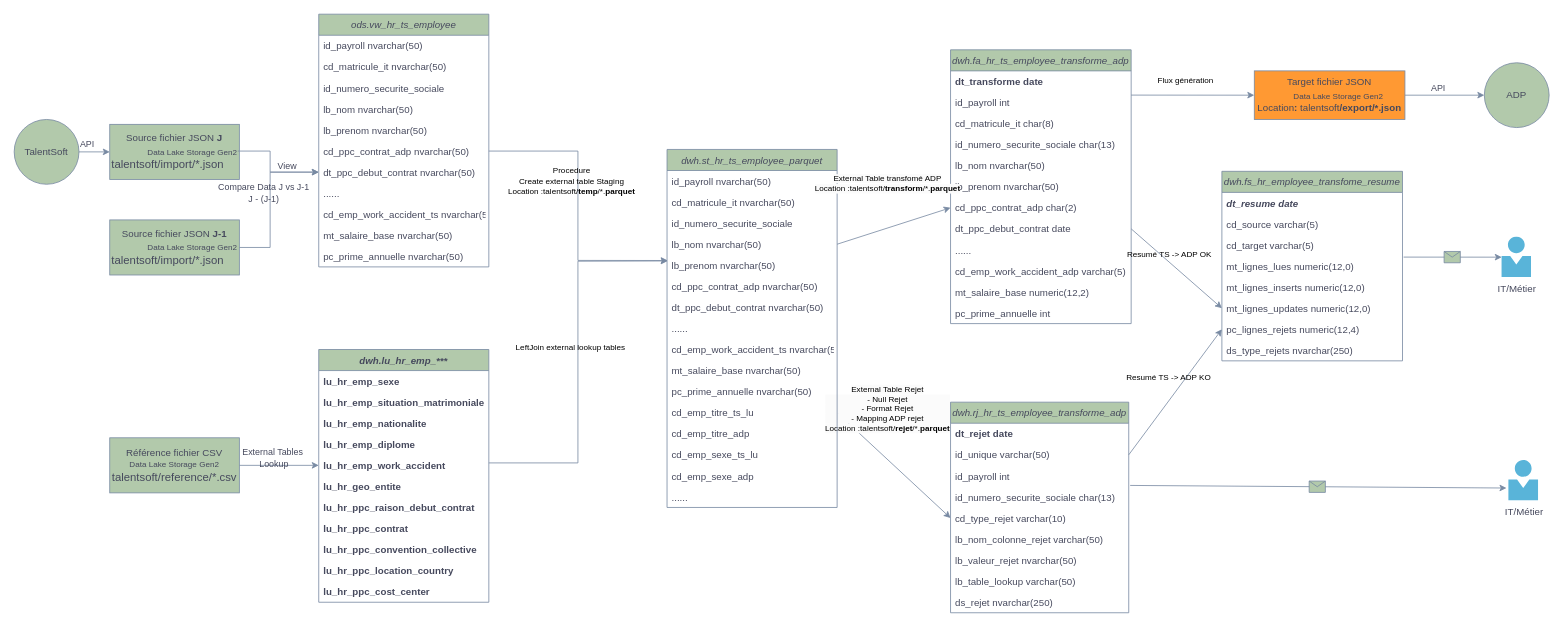
YLIUSBI/Motul-Interface-SIRH keeps this draw.io diagram as page "TS->ADP" (1 of 6) of Conception Interface SIRH.drawio. Above is the earlier version. Source tidied: cells renumbered, new cells numbered last; positions are measured from the earlier drawing's top-left corner, leaving out a move shared by most shapes. Both pictures are drawn from the tidied source at 81%, with x=0, y=0 at pixel (14, 14).
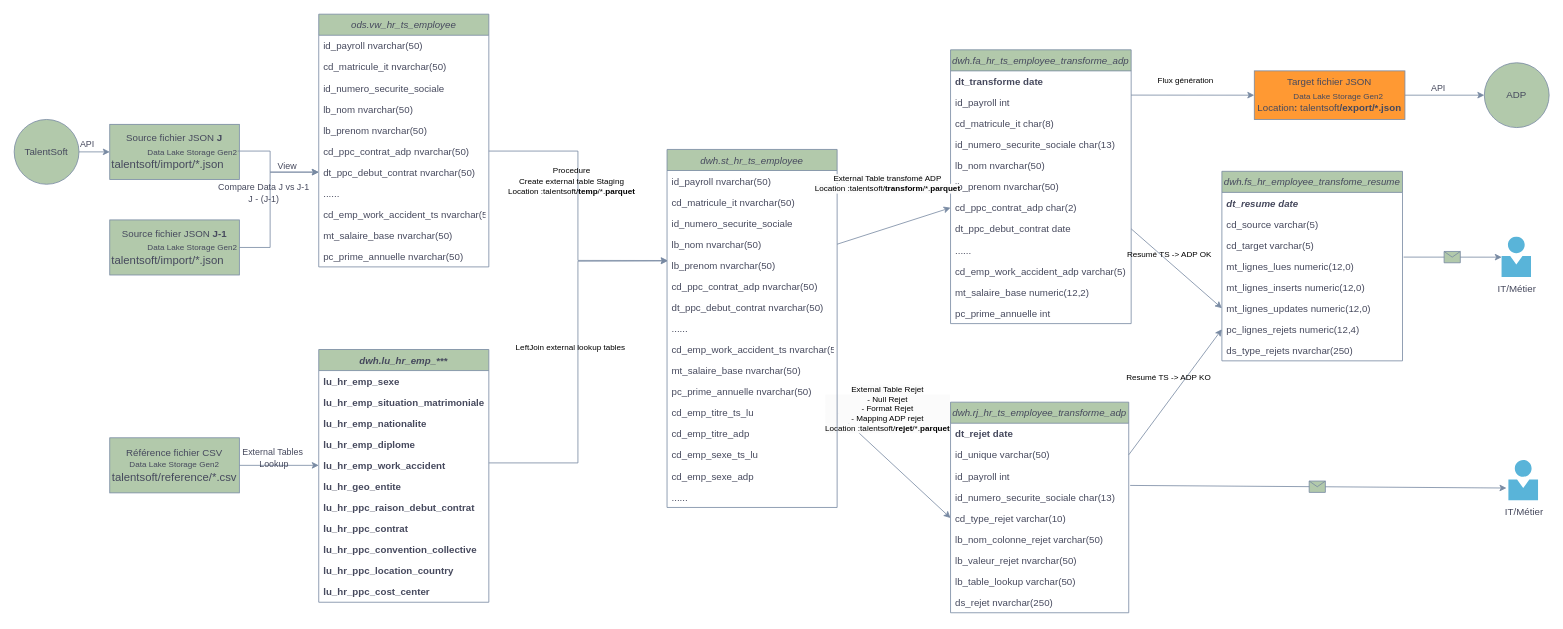
Above is the later version.

Commit message:
Mettre à jour Conception Interface SIRH.drawio

What changed in the source:
```diff
@@
-    <mxCell id="63" value="dwh.st_hr_ts_employee_parquet" style="swimlane;fontStyle=2;align=center;verticalAlign=top;horizontal=1;startSize=26;rounded=0;shadow=0;strokeWidth=1;labelBackgroundColor=none;fillColor=#B2C9AB;strokeColor=#788AA3;fontColor=#46495D;" parent="1" vertex="1">
+    <mxCell id="63" value="dwh.st_hr_ts_employee" style="swimlane;fontStyle=2;align=center;verticalAlign=top;horizontal=1;startSize=26;rounded=0;shadow=0;strokeWidth=1;labelBackgroundColor=none;fillColor=#B2C9AB;strokeColor=#788AA3;fontColor=#46495D;" parent="1" vertex="1">
       <mxGeometry x="806" y="167" width="210" height="442" as="geometry" />
     </mxCell>
```
